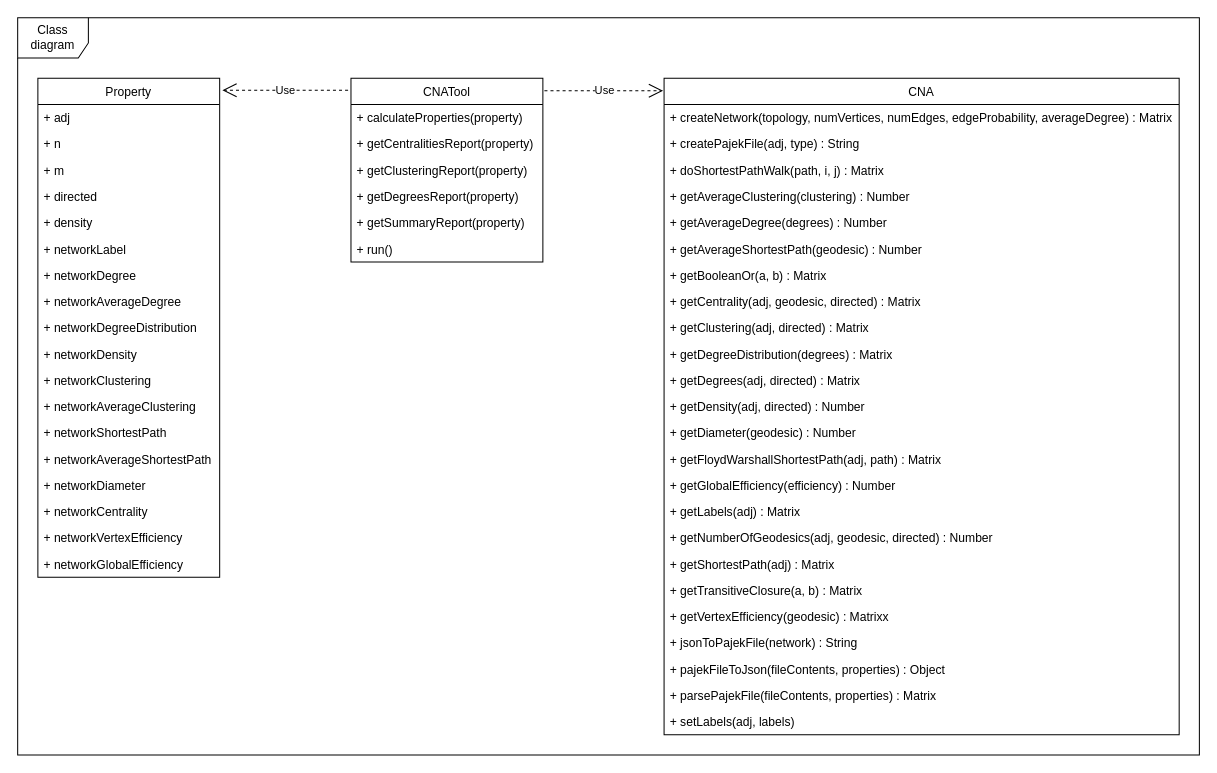
Earlier version of the draw.io diagram dataset/class-diagram.drawio (souzamonteiro/softwarex-cnatool). Source tidied: cells renumbered, new cells numbered last; positions are measured from the earlier drawing's top-left corner, leaving out a move shared by most shapes. Both pictures are drawn from the tidied source at 101%, with x=0, y=0 at pixel (17, 17).
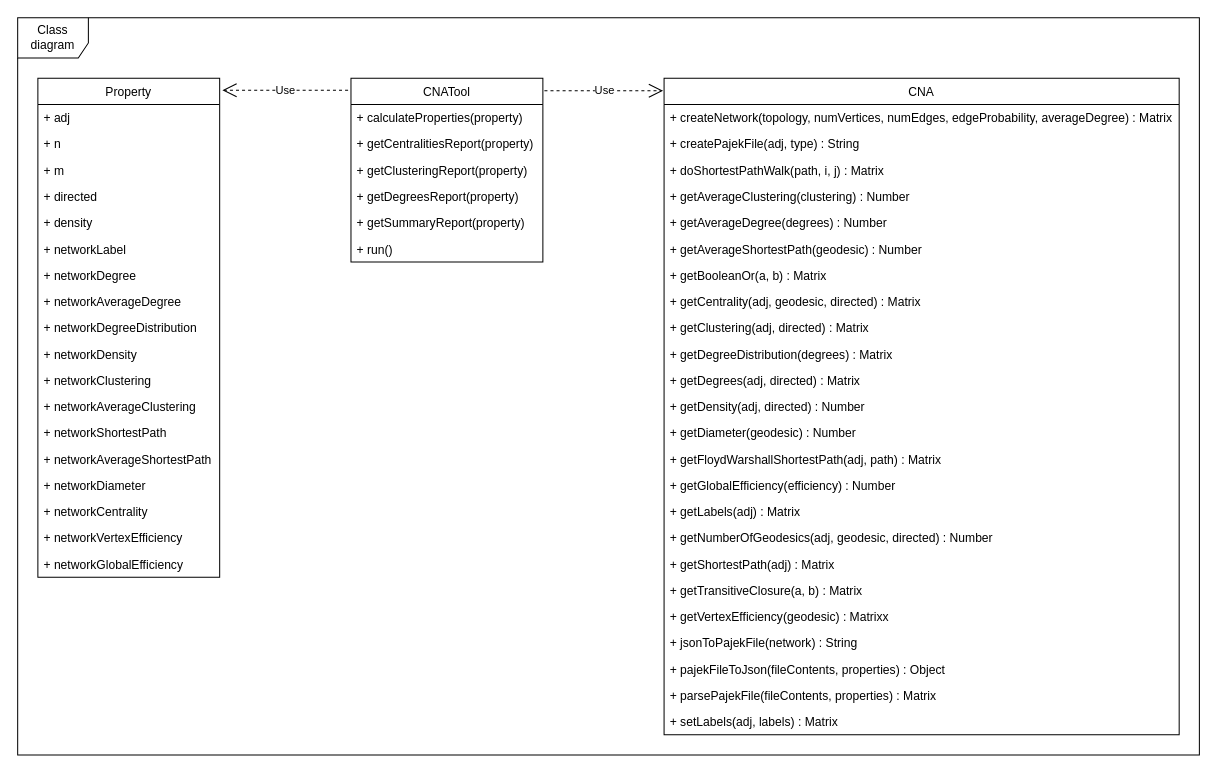
Above is the later version.

Commit message (it also covers changes not shown here):
Fixed class diagram

The change refers to these unchanged cells:
```xml
<mxCell id="30" value="CNA" style="swimlane;fontStyle=0;horizontal=1;startSize=26;fillColor=none;" parent="1" vertex="1">
  <mxGeometry x="640" y="60" width="510" height="650" as="geometry" />
</mxCell>
```

What changed in the source:
```diff
@@
-    <mxCell id="54" value="+ setLabels(adj, labels)" style="text;strokeColor=none;fillColor=none;align=left;verticalAlign=top;spacingLeft=4;spacingRight=4;overflow=hidden;" parent="30" vertex="1">
+    <mxCell id="54" value="+ setLabels(adj, labels) : Matrix" style="text;strokeColor=none;fillColor=none;align=left;verticalAlign=top;spacingLeft=4;spacingRight=4;overflow=hidden;" parent="30" vertex="1">
       <mxGeometry y="624" width="510" height="26" as="geometry" />
     </mxCell>
```
